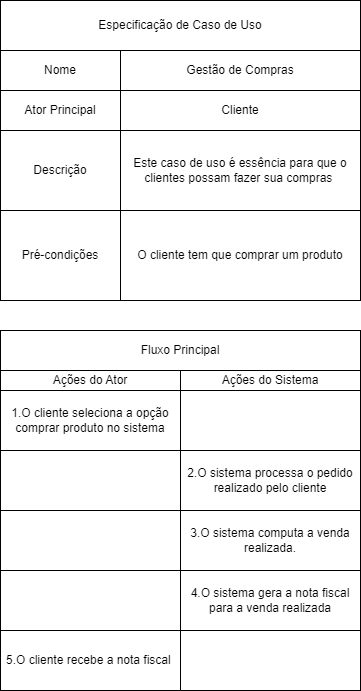
Before: ECdUGdC.drawio.png, a diagram exported from draw.io (Zaibam/Desenvolvimento-De-Sistemas-1). Source tidied: cells renumbered, new cells last; positions are measured from the earlier drawing's top-left corner, leaving out a move shared by most shapes.
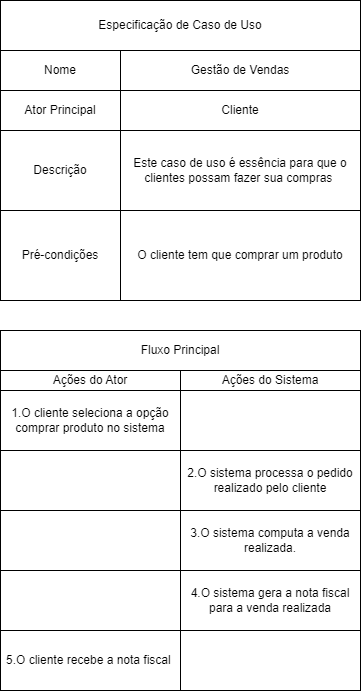
Later version of the same file.

Diff of the diagram source:
```diff
@@ -26,7 +26,7 @@
     <mxCell id="9" value="Nome" style="rounded=0;whiteSpace=wrap;html=1;" parent="1" vertex="1">
       <mxGeometry y="50" width="120" height="40" as="geometry" />
     </mxCell>
-    <mxCell id="10" value="Gestão de Compras" style="rounded=0;whiteSpace=wrap;html=1;" parent="1" vertex="1">
+    <mxCell id="10" value="Gestão de Vendas" style="rounded=0;whiteSpace=wrap;html=1;" parent="1" vertex="1">
       <mxGeometry x="120" y="50" width="240" height="40" as="geometry" />
     </mxCell>
     <mxCell id="11" value="Fluxo Principal" style="rounded=0;whiteSpace=wrap;html=1;" parent="1" vertex="1">
```
